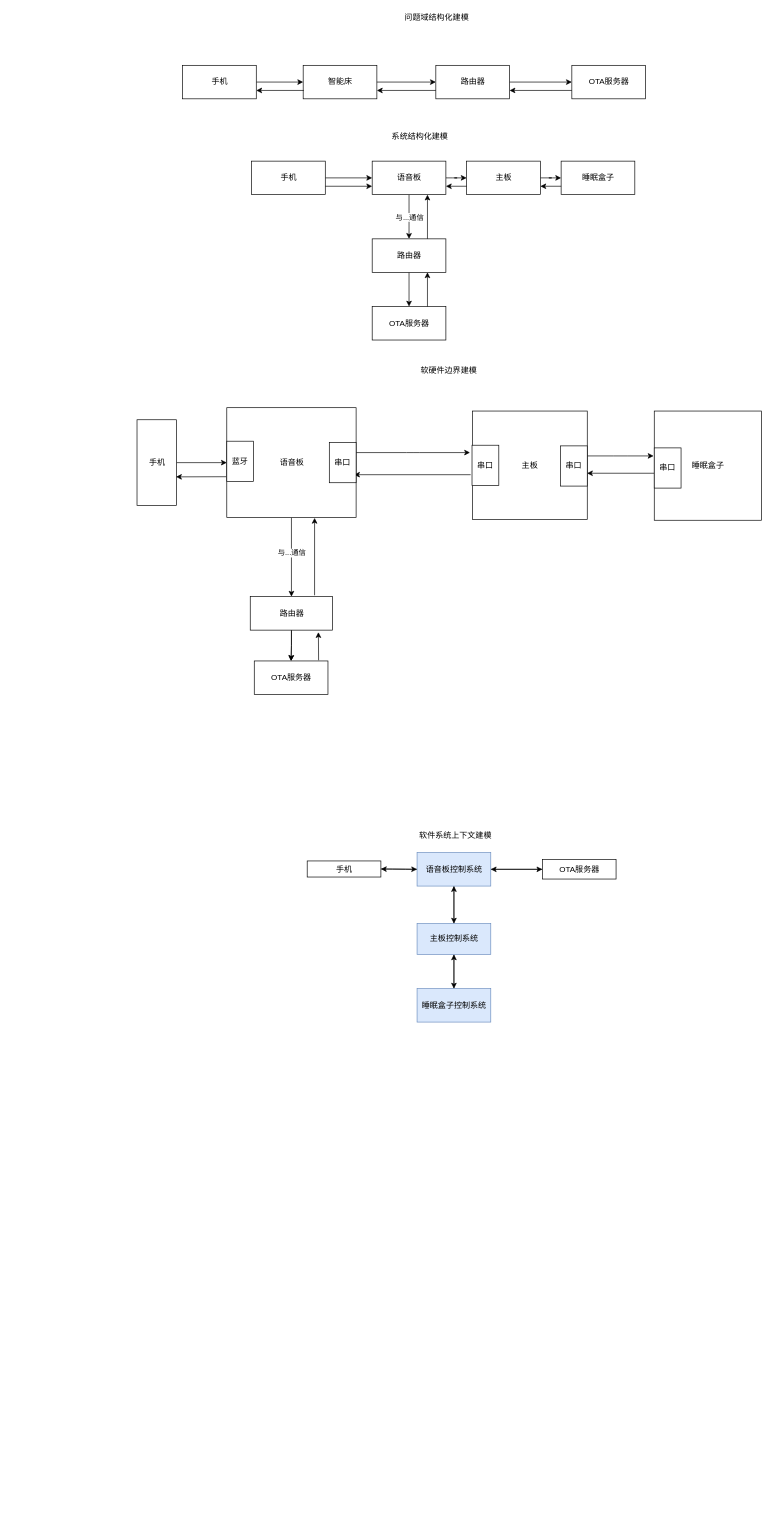
jasonactions/graph keeps this draw.io diagram as sb_ota.drawio. Above is the earlier version. Source tidied: cells renumbered, new cells numbered last; positions are measured from the earlier drawing's top-left corner, leaving out a move shared by most shapes. Both pictures are drawn from the tidied source at 67%, with x=0, y=0 at pixel (137, 11).
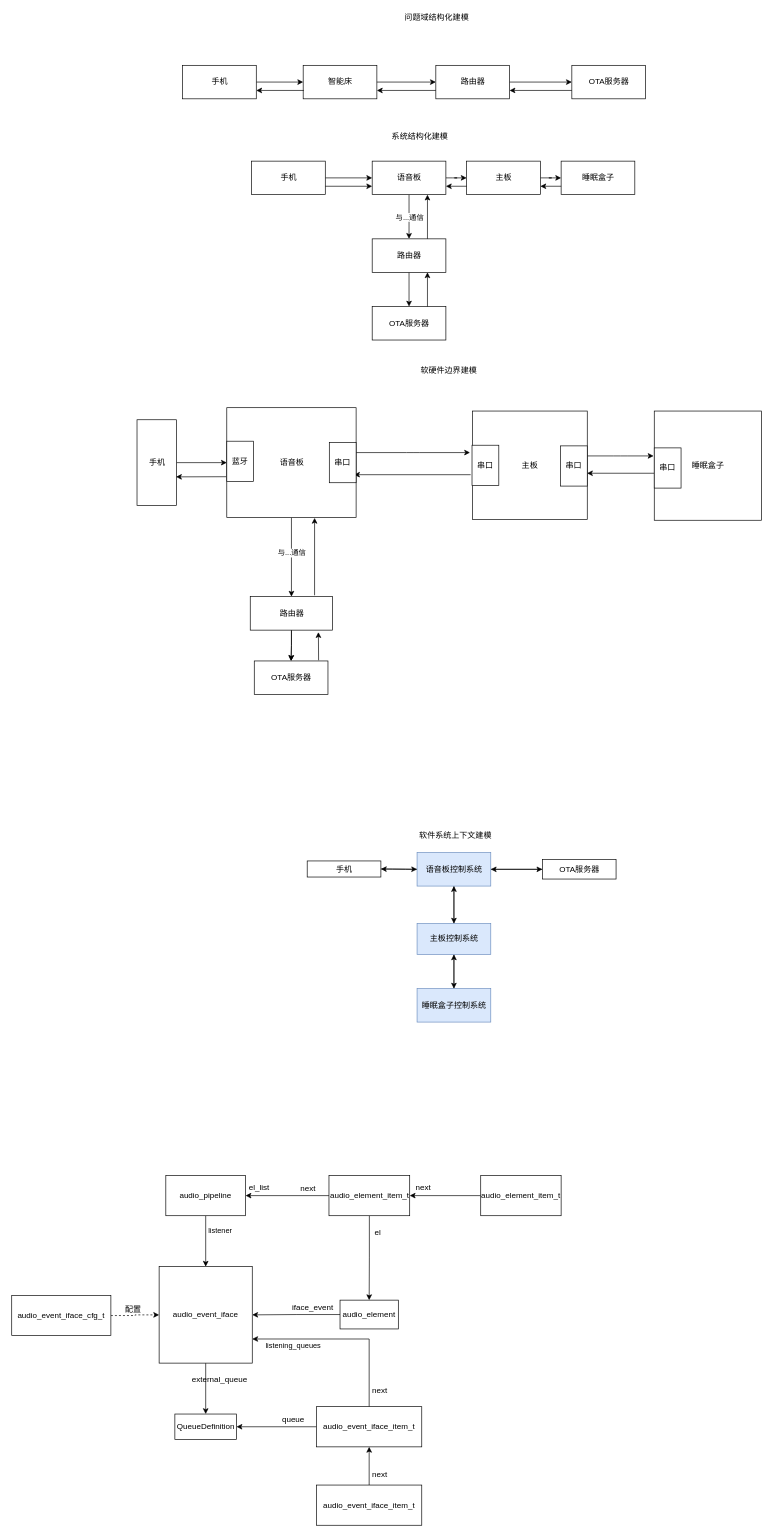
After the change.

Change to the diagram source:
```diff
@@
+    <mxCell id="69" style="edgeStyle=orthogonalEdgeStyle;rounded=0;jettySize=auto;html=1;" parent="1" edge="1" source="70" target="88">
+      <mxGeometry relative="1" as="geometry" />
+    </mxCell>
+    <mxCell id="70" value="&lt;span style=&quot;&quot;&gt;audio_event_iface&lt;/span&gt;" style="rounded=0;whiteSpace=wrap;html=1;" parent="1" vertex="1">
+      <mxGeometry x="33" y="1873" width="139" height="144" as="geometry" />
+    </mxCell>
+    <mxCell id="71" value="listener" style="edgeStyle=orthogonalEdgeStyle;rounded=0;jettySize=auto;html=1;" parent="1" edge="1" source="72" target="70">
+      <mxGeometry x="-0.42" y="21" relative="1" as="geometry" />
+    </mxCell>
+    <mxCell id="72" value="audio_pipeline" style="rounded=0;whiteSpace=wrap;html=1;" parent="1" vertex="1">
+      <mxGeometry x="43" y="1737" width="119" height="60" as="geometry" />
+    </mxCell>
+    <mxCell id="73" style="edgeStyle=orthogonalEdgeStyle;rounded=0;jettySize=auto;html=1;entryX=0;entryY=0.5;entryDx=0;entryDy=0;dashed=1;" parent="1" edge="1" source="74" target="70">
+      <mxGeometry relative="1" as="geometry" />
+    </mxCell>
+    <mxCell id="74" value="audio_event_iface_cfg_t" style="rounded=0;whiteSpace=wrap;html=1;" parent="1" vertex="1">
+      <mxGeometry x="-187" y="1916" width="148" height="60" as="geometry" />
+    </mxCell>
+    <mxCell id="75" style="edgeStyle=orthogonalEdgeStyle;rounded=0;jettySize=auto;html=1;entryX=0.5;entryY=0;entryDx=0;entryDy=0;" parent="1" edge="1" source="77" target="84">
+      <mxGeometry relative="1" as="geometry" />
+    </mxCell>
+    <mxCell id="76" style="edgeStyle=orthogonalEdgeStyle;rounded=0;jettySize=auto;html=1;entryX=1;entryY=0.5;entryDx=0;entryDy=0;" parent="1" edge="1" source="77" target="72">
+      <mxGeometry relative="1" as="geometry" />
+    </mxCell>
+    <mxCell id="77" value="audio_element_item_t" style="rounded=0;whiteSpace=wrap;html=1;" parent="1" vertex="1">
+      <mxGeometry x="286.5" y="1737" width="120.5" height="60" as="geometry" />
+    </mxCell>
+    <mxCell id="78" style="edgeStyle=orthogonalEdgeStyle;rounded=0;jettySize=auto;html=1;entryX=1;entryY=0.5;entryDx=0;entryDy=0;" parent="1" edge="1" source="79" target="77">
+      <mxGeometry relative="1" as="geometry" />
+    </mxCell>
+    <mxCell id="79" value="audio_element_item_t" style="rounded=0;whiteSpace=wrap;html=1;" parent="1" vertex="1">
+      <mxGeometry x="513" y="1737" width="120" height="60" as="geometry" />
+    </mxCell>
+    <mxCell id="80" value="el_list" style="text;html=1;align=center;verticalAlign=middle;strokeColor=none;fillColor=none;" parent="1" vertex="1">
+      <mxGeometry x="162" y="1746" width="40" height="17" as="geometry" />
+    </mxCell>
+    <mxCell id="81" value="next" style="text;html=1;align=center;verticalAlign=middle;strokeColor=none;fillColor=none;" parent="1" vertex="1">
+      <mxGeometry x="238" y="1748" width="33" height="17" as="geometry" />
+    </mxCell>
+    <mxCell id="82" value="next" style="text;html=1;align=center;verticalAlign=middle;strokeColor=none;fillColor=none;" parent="1" vertex="1">
+      <mxGeometry x="410" y="1746" width="33" height="17" as="geometry" />
+    </mxCell>
+    <mxCell id="83" style="edgeStyle=orthogonalEdgeStyle;rounded=0;jettySize=auto;html=1;" parent="1" edge="1" source="84" target="70">
+      <mxGeometry relative="1" as="geometry" />
+    </mxCell>
+    <mxCell id="84" value="audio_element" style="rounded=0;whiteSpace=wrap;html=1;" parent="1" vertex="1">
+      <mxGeometry x="303" y="1923" width="87" height="43" as="geometry" />
+    </mxCell>
+    <mxCell id="85" value="el" style="text;html=1;align=center;verticalAlign=middle;strokeColor=none;fillColor=none;" parent="1" vertex="1">
+      <mxGeometry x="349" y="1813" width="20" height="17" as="geometry" />
+    </mxCell>
+    <mxCell id="86" value="iface_event" style="text;html=1;align=center;verticalAlign=middle;strokeColor=none;fillColor=none;" parent="1" vertex="1">
+      <mxGeometry x="226" y="1925" width="71" height="17" as="geometry" />
+    </mxCell>
+    <mxCell id="87" value="配置" style="text;html=1;align=center;verticalAlign=middle;strokeColor=none;fillColor=none;" parent="1" vertex="1">
+      <mxGeometry x="-23" y="1928" width="34" height="17" as="geometry" />
+    </mxCell>
+    <mxCell id="88" value="QueueDefinition" style="rounded=0;whiteSpace=wrap;html=1;" parent="1" vertex="1">
+      <mxGeometry x="56.5" y="2093" width="92" height="38" as="geometry" />
+    </mxCell>
+    <mxCell id="89" style="edgeStyle=orthogonalEdgeStyle;rounded=0;jettySize=auto;html=1;entryX=1;entryY=0.5;entryDx=0;entryDy=0;" parent="1" edge="1" source="91" target="88">
+      <mxGeometry relative="1" as="geometry" />
+    </mxCell>
+    <mxCell id="90" style="edgeStyle=orthogonalEdgeStyle;rounded=0;jettySize=auto;html=1;entryX=1;entryY=0.75;entryDx=0;entryDy=0;exitX=0.5;exitY=0;exitDx=0;exitDy=0;" parent="1" edge="1" source="91" target="70">
+      <mxGeometry relative="1" as="geometry">
+        <Array as="points">
+          <mxPoint x="347" y="1981" />
+        </Array>
+      </mxGeometry>
+    </mxCell>
+    <mxCell id="91" value="audio_event_iface_item_t" style="rounded=0;whiteSpace=wrap;html=1;" parent="1" vertex="1">
+      <mxGeometry x="268" y="2082" width="157" height="60" as="geometry" />
+    </mxCell>
+    <mxCell id="92" value="queue" style="text;html=1;align=center;verticalAlign=middle;strokeColor=none;fillColor=none;" parent="1" vertex="1">
+      <mxGeometry x="211" y="2093" width="43" height="17" as="geometry" />
+    </mxCell>
+    <mxCell id="93" value="external_queue" style="text;html=1;align=center;verticalAlign=middle;strokeColor=none;fillColor=none;" parent="1" vertex="1">
+      <mxGeometry x="76" y="2032" width="93" height="17" as="geometry" />
+    </mxCell>
+    <mxCell id="94" value="&lt;span style=&quot;font-size: 11px; background-color: rgb(255, 255, 255);&quot;&gt;listening_queues&lt;/span&gt;" style="text;html=1;align=center;verticalAlign=middle;strokeColor=none;fillColor=none;" parent="1" vertex="1">
+      <mxGeometry x="185" y="1982" width="96" height="17" as="geometry" />
+    </mxCell>
+    <mxCell id="95" style="edgeStyle=orthogonalEdgeStyle;rounded=0;jettySize=auto;html=1;entryX=0.5;entryY=1;entryDx=0;entryDy=0;" parent="1" edge="1" source="96" target="91">
+      <mxGeometry relative="1" as="geometry" />
+    </mxCell>
+    <mxCell id="96" value="audio_event_iface_item_t" style="rounded=0;whiteSpace=wrap;html=1;" parent="1" vertex="1">
+      <mxGeometry x="268" y="2199" width="157" height="60" as="geometry" />
+    </mxCell>
+    <mxCell id="97" value="next" style="text;html=1;align=center;verticalAlign=middle;strokeColor=none;fillColor=none;" parent="1" vertex="1">
+      <mxGeometry x="345" y="2174" width="33" height="17" as="geometry" />
+    </mxCell>
+    <mxCell id="98" value="next" style="text;html=1;align=center;verticalAlign=middle;strokeColor=none;fillColor=none;" parent="1" vertex="1">
+      <mxGeometry x="345" y="2049" width="33" height="17" as="geometry" />
+    </mxCell>
```
